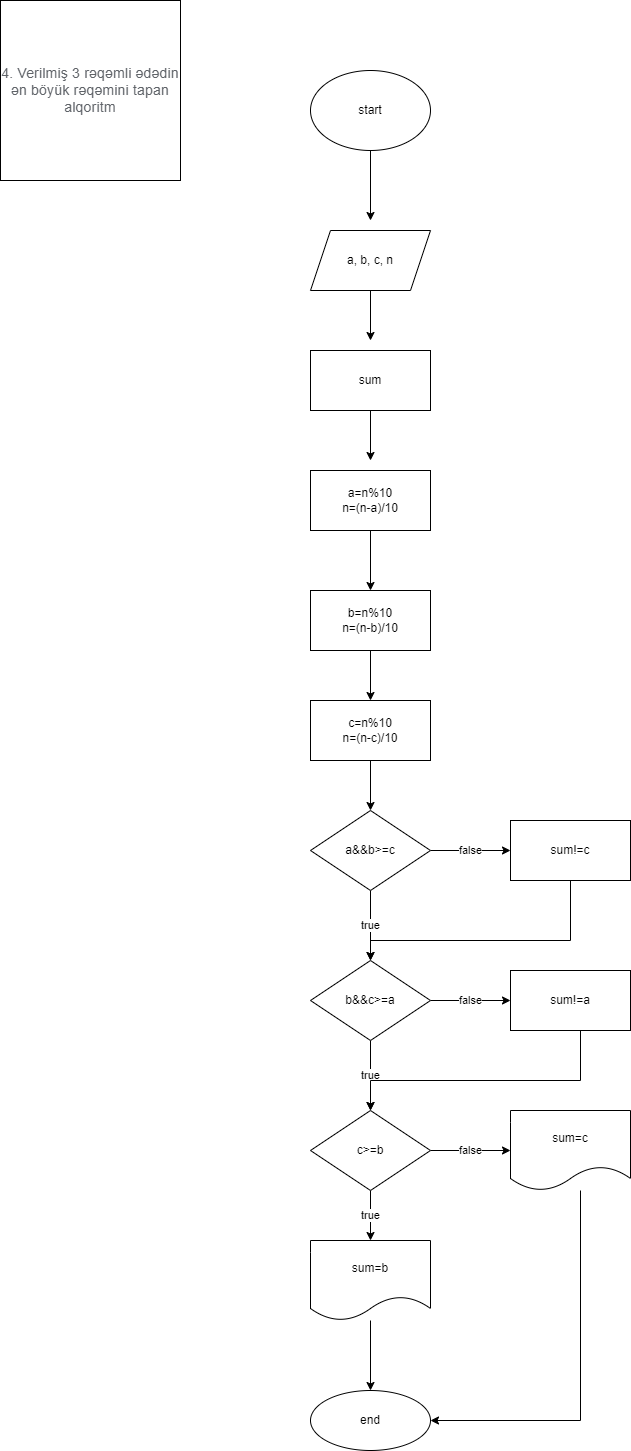
This is 1.12.2022/task4.png from daelvinci/EvTapsirigi, a draw.io export, as it was before one commit. Source tidied: cells renumbered, new cells last; positions are measured from the earlier drawing's top-left corner, leaving out a move shared by most shapes.
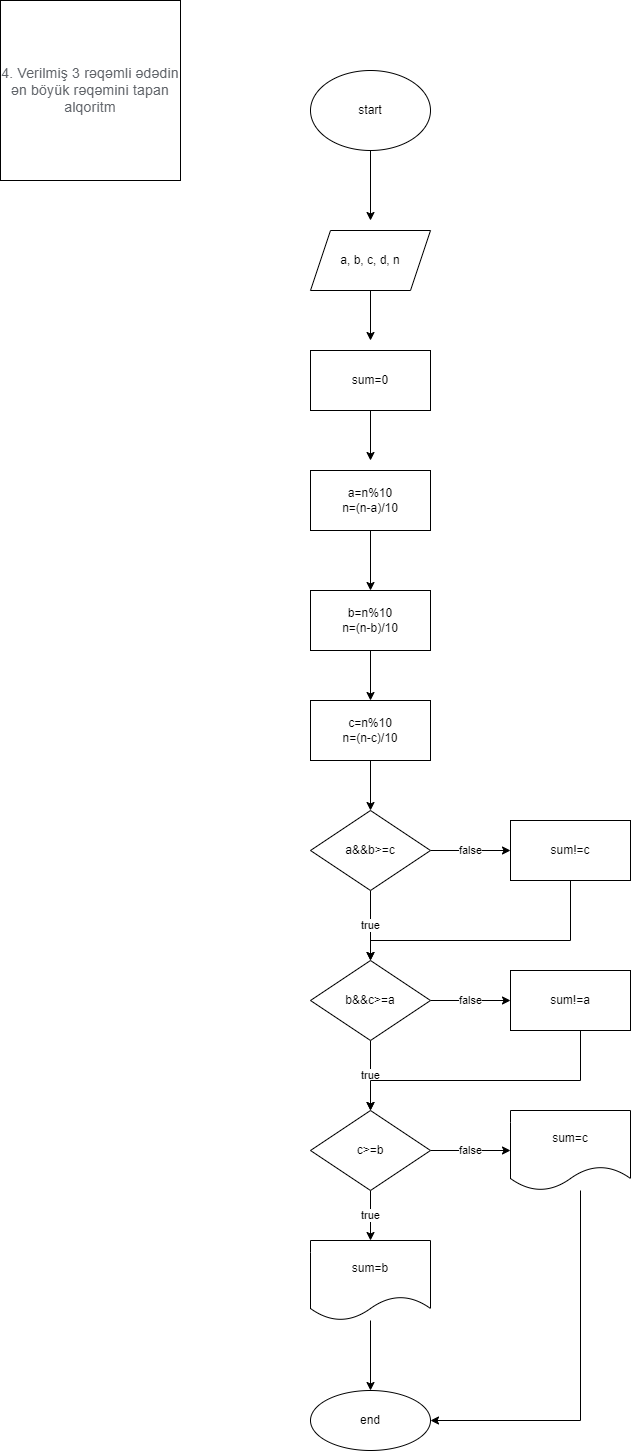
The same file after the commit.

What changed in the source:
```diff
@@ -27,7 +27,7 @@
         <mxPoint x="370" y="340" as="targetPoint" />
       </mxGeometry>
     </mxCell>
-    <mxCell id="7" value="a, b, c, n" style="shape=parallelogram;perimeter=parallelogramPerimeter;whiteSpace=wrap;html=1;fixedSize=1;" parent="1" vertex="1">
+    <mxCell id="7" value="a, b, c, d, n" style="shape=parallelogram;perimeter=parallelogramPerimeter;whiteSpace=wrap;html=1;fixedSize=1;" parent="1" vertex="1">
       <mxGeometry x="310" y="230" width="120" height="60" as="geometry" />
     </mxCell>
     <mxCell id="8" style="edgeStyle=orthogonalEdgeStyle;rounded=0;jettySize=auto;html=1;" parent="1" edge="1" source="9">
@@ -35,7 +35,7 @@
         <mxPoint x="370" y="460" as="targetPoint" />
       </mxGeometry>
     </mxCell>
-    <mxCell id="9" value="sum" style="rounded=0;whiteSpace=wrap;html=1;" parent="1" vertex="1">
+    <mxCell id="9" value="sum=0" style="rounded=0;whiteSpace=wrap;html=1;" parent="1" vertex="1">
       <mxGeometry x="310" y="350" width="120" height="60" as="geometry" />
     </mxCell>
     <mxCell id="10" style="edgeStyle=orthogonalEdgeStyle;rounded=0;jettySize=auto;html=1;entryX=0.5;entryY=0;entryDx=0;entryDy=0;" parent="1" edge="1" source="11" target="13">
```
